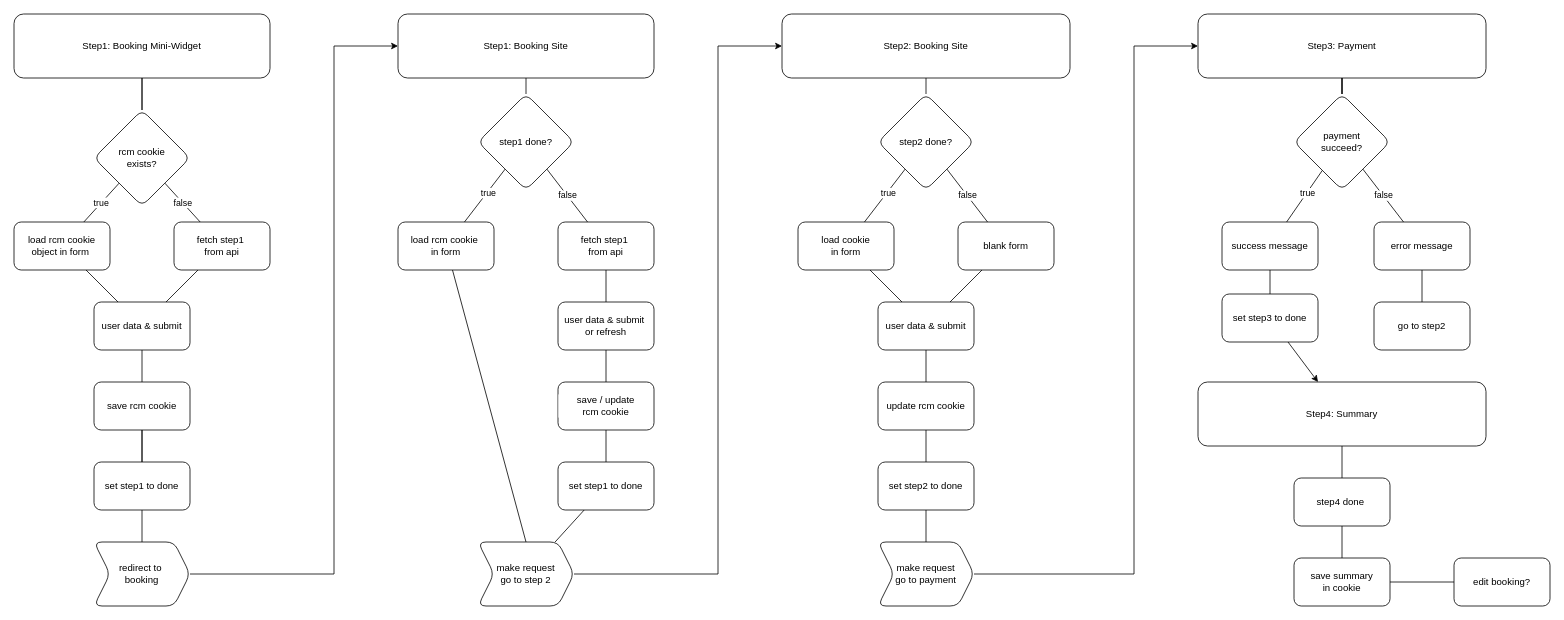
eugenregehr/diagrams keeps this draw.io diagram as Arctic Campers.drawio. Above is the earlier version. Source tidied: cells renumbered, new cells numbered last; positions are measured from the earlier drawing's top-left corner, leaving out a move shared by most shapes. Both pictures are drawn from the tidied source at 80%, with x=0, y=0 at pixel (14, 14).
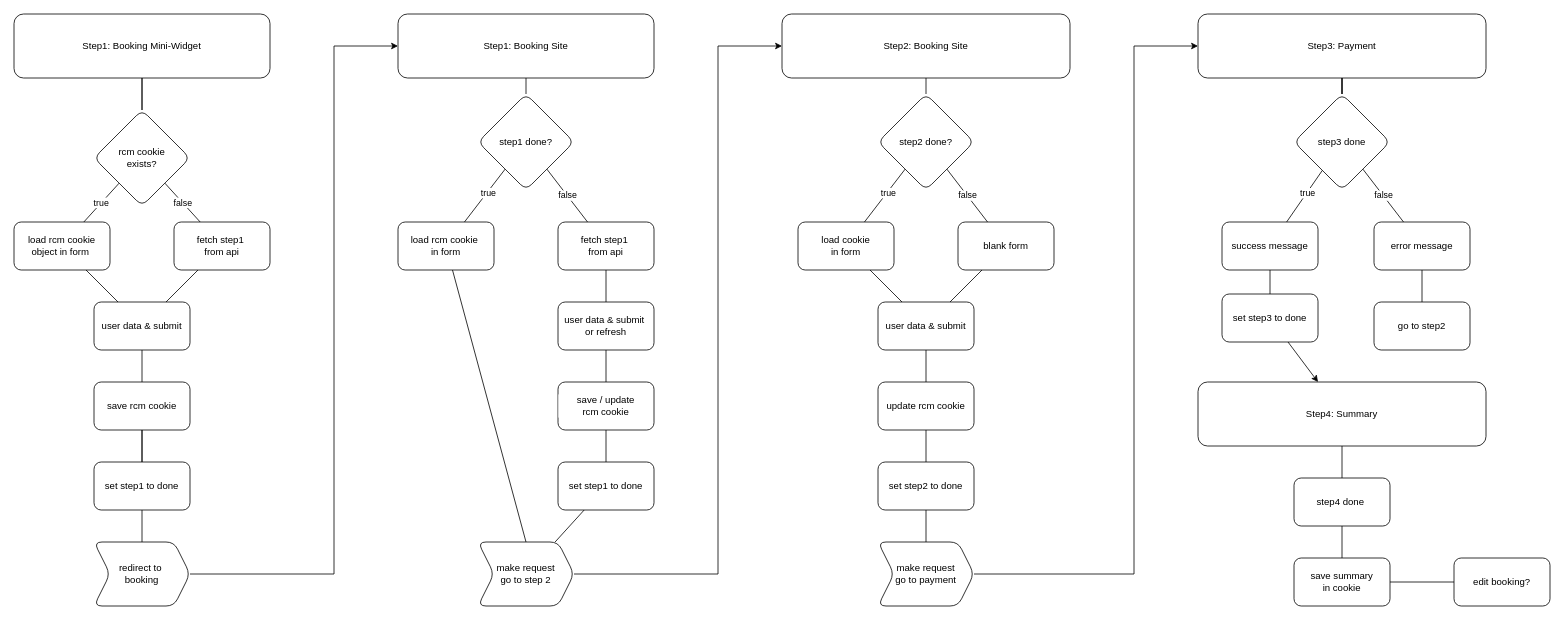
The same page after the edit.

Change to the diagram source:
```diff
@@
-    <mxCell id="61" value="payment &lt;br&gt;succeed?" style="rhombus;whiteSpace=wrap;html=1;rounded=1;labelBackgroundColor=default;fontColor=default;strokeColor=default;fillColor=default;" parent="1" vertex="1">
+    <mxCell id="61" value="step3 done" style="rhombus;whiteSpace=wrap;html=1;rounded=1;labelBackgroundColor=default;fontColor=default;strokeColor=default;fillColor=default;" parent="1" vertex="1">
       <mxGeometry x="1600" y="100" width="120" height="120" as="geometry" />
     </mxCell>
```
